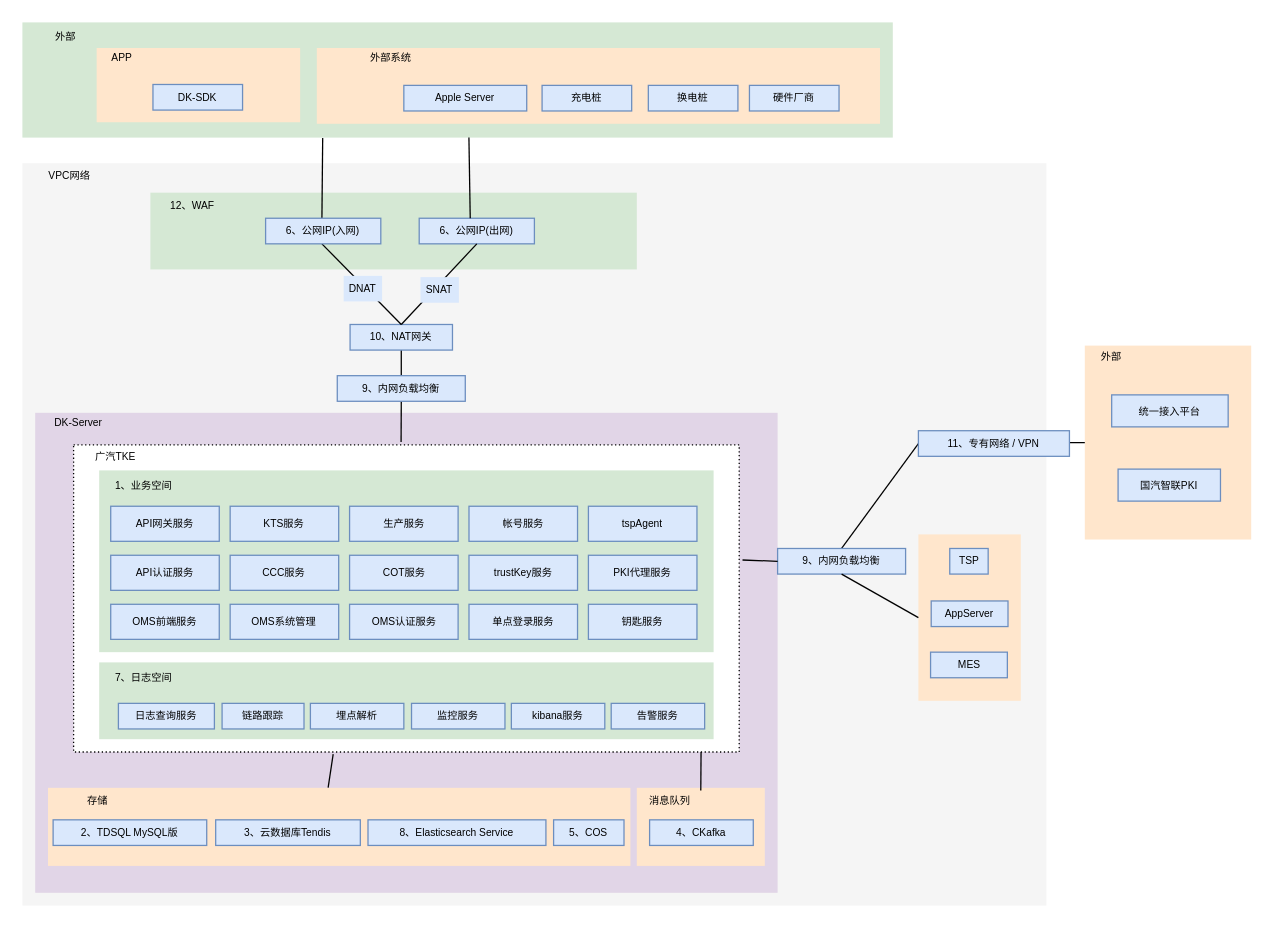
This is 未命名绘图.drawio from jianguocong/chart, a draw.io file, before an edit. Source tidied: cells renumbered, new cells numbered last; positions are measured from the earlier drawing's top-left corner, leaving out a move shared by most shapes. Both pictures are drawn from the tidied source at 128%, with x=0, y=0 at pixel (22, 22).
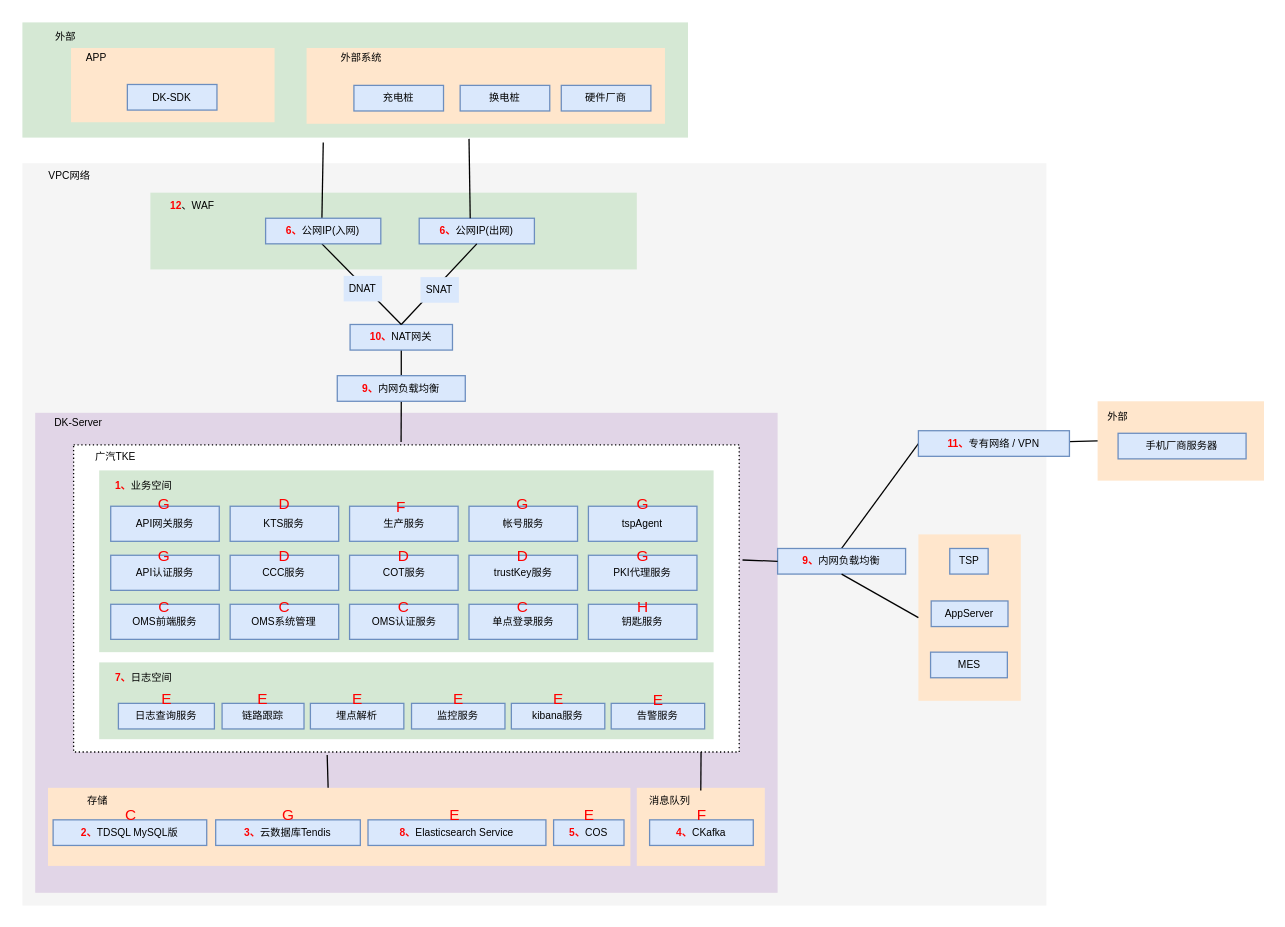
After the change.

Commit message:
更新未命名绘图.drawio

The change refers to these unchanged cells:
```xml
<mxCell id="5" style="rounded=0;whiteSpace=wrap;html=1;dashed=1;dashPattern=1 2;fontSize=8;" parent="1" vertex="1">
  <mxGeometry x="40" y="330" width="520" height="240" as="geometry" />
</mxCell>
<mxCell id="7" style="rounded=0;whiteSpace=wrap;html=1;fillColor=#ffe6cc;strokeColor=none;fontSize=8;" parent="1" vertex="1">
  <mxGeometry x="20" y="598" width="455" height="61" as="geometry" />
</mxCell>
<mxCell id="31" style="group;" parent="1" vertex="1">
  <mxGeometry x="69" y="378" width="487" height="177" as="geometry" />
</mxCell>
<mxCell id="49" style="group;" parent="1" vertex="1">
  <mxGeometry x="60" y="500" width="480" height="60" as="geometry" />
</mxCell>
```

The edit, as a diff of the source:
```diff
@@
+    <mxCell id="14" style="rounded=0;whiteSpace=wrap;html=1;fillColor=#ffe6cc;strokeColor=none;fontSize=8;" parent="1" vertex="1">
+      <mxGeometry x="840" y="296" width="130" height="62" as="geometry" />
+    </mxCell>
     <mxCell id="2" style="rounded=0;whiteSpace=wrap;html=1;fillColor=#d5e8d4;strokeColor=none;fontSize=8;" parent="1" vertex="1">
-      <mxGeometry width="680" height="90" as="geometry" />
+      <mxGeometry width="520" height="90" as="geometry" />
     </mxCell>
@@
-    <mxCell id="11" value="1、业务空间" style="rounded=0;whiteSpace=wrap;html=1;fillColor=none;strokeColor=none;fontSize=8;" parent="1" vertex="1">
+    <mxCell id="11" value="&lt;b&gt;&lt;font color=&quot;#ff0000&quot;&gt;1、&lt;/font&gt;&lt;/b&gt;业务空间" style="rounded=0;whiteSpace=wrap;html=1;fillColor=none;strokeColor=none;fontSize=8;" parent="1" vertex="1">
       <mxGeometry x="60" y="352" width="70" height="20" as="geometry" />
     </mxCell>
@@
-    <mxCell id="13" value="9、内网负载均衡" style="rounded=0;whiteSpace=wrap;html=1;fillColor=#dae8fc;strokeColor=#6c8ebf;fontSize=8;" parent="1" vertex="1">
+    <mxCell id="13" value="&lt;b&gt;&lt;font color=&quot;#ff0000&quot;&gt;9、&lt;/font&gt;&lt;/b&gt;内网负载均衡" style="rounded=0;whiteSpace=wrap;html=1;fillColor=#dae8fc;strokeColor=#6c8ebf;fontSize=8;" parent="1" vertex="1">
       <mxGeometry x="246" y="276" width="100" height="20" as="geometry" />
     </mxCell>
-    <mxCell id="14" style="rounded=0;whiteSpace=wrap;html=1;fillColor=#ffe6cc;strokeColor=none;fontSize=8;" parent="1" vertex="1">
-      <mxGeometry x="830" y="252.5" width="130" height="151.5" as="geometry" />
-    </mxCell>
     <mxCell id="15" value="外部" style="rounded=0;whiteSpace=wrap;html=1;strokeColor=none;fillColor=none;fontSize=8;" parent="1" vertex="1">
-      <mxGeometry x="822" y="251" width="58" height="20" as="geometry" />
+      <mxGeometry x="827" y="298" width="58" height="20" as="geometry" />
     </mxCell>
@@
-    <mxCell id="18" value="统一接入平台" style="rounded=0;whiteSpace=wrap;html=1;fillColor=#dae8fc;strokeColor=#6c8ebf;fontSize=8;" parent="1" vertex="1">
-      <mxGeometry x="851" y="291" width="91" height="25" as="geometry" />
-    </mxCell>
-    <mxCell id="19" value="10、NAT网关" style="rounded=0;whiteSpace=wrap;html=1;fillColor=#dae8fc;strokeColor=#6c8ebf;fontSize=8;" parent="1" vertex="1">
+    <mxCell id="19" value="&lt;b&gt;&lt;font color=&quot;#ff0000&quot;&gt;10、&lt;/font&gt;&lt;/b&gt;NAT网关" style="rounded=0;whiteSpace=wrap;html=1;fillColor=#dae8fc;strokeColor=#6c8ebf;fontSize=8;" parent="1" vertex="1">
       <mxGeometry x="256" y="236" width="80" height="20" as="geometry" />
     </mxCell>
@@
-    <mxCell id="22" value="6、公网IP(出网)" style="rounded=0;whiteSpace=wrap;html=1;fillColor=#dae8fc;strokeColor=#6c8ebf;fontSize=8;" parent="1" vertex="1">
+    <mxCell id="22" value="&lt;b&gt;&lt;font color=&quot;#ff0000&quot;&gt;6、&lt;/font&gt;&lt;/b&gt;公网IP(出网)" style="rounded=0;whiteSpace=wrap;html=1;fillColor=#dae8fc;strokeColor=#6c8ebf;fontSize=8;" parent="1" vertex="1">
       <mxGeometry x="310" y="153" width="90" height="20" as="geometry" />
     </mxCell>
@@
-    <mxCell id="24" style="endArrow=none;html=1;rounded=0;entryX=0.443;entryY=0;entryDx=0;entryDy=0;entryPerimeter=0;fontSize=8;exitX=0.513;exitY=1;exitDx=0;exitDy=0;exitPerimeter=0;" parent="1" edge="1" source="2" target="22">
+    <mxCell id="24" style="endArrow=none;html=1;rounded=0;entryX=0.443;entryY=0;entryDx=0;entryDy=0;entryPerimeter=0;fontSize=8;exitX=0.671;exitY=1.011;exitDx=0;exitDy=0;exitPerimeter=0;" parent="1" edge="1" source="2" target="22">
       <mxGeometry relative="1" as="geometry" />
     </mxCell>
-    <mxCell id="25" style="endArrow=none;html=1;rounded=0;entryX=0.5;entryY=0;entryDx=0;entryDy=0;fontSize=8;exitX=0.345;exitY=1.004;exitDx=0;exitDy=0;exitPerimeter=0;" parent="1" edge="1" source="2">
+    <mxCell id="25" style="endArrow=none;html=1;rounded=0;entryX=0.5;entryY=0;entryDx=0;entryDy=0;fontSize=8;exitX=0.452;exitY=1.042;exitDx=0;exitDy=0;exitPerimeter=0;" parent="1" edge="1" source="2">
       <mxGeometry relative="1" as="geometry">
         <mxPoint x="234" y="153" as="targetPoint" />
       </mxGeometry>
     </mxCell>
-    <mxCell id="26" style="endArrow=none;html=1;rounded=0;fontSize=8;exitX=0.39;exitY=1.007;exitDx=0;exitDy=0;exitPerimeter=0;entryX=0.481;entryY=-0.002;entryDx=0;entryDy=0;entryPerimeter=0;" parent="1" edge="1" source="5" target="7">
+    <mxCell id="26" style="endArrow=none;html=1;rounded=0;fontSize=8;exitX=0.381;exitY=1.01;exitDx=0;exitDy=0;exitPerimeter=0;entryX=0.481;entryY=-0.002;entryDx=0;entryDy=0;entryPerimeter=0;" parent="1" edge="1" source="5" target="7">
       <mxGeometry relative="1" as="geometry" />
     </mxCell>
@@
-    <mxCell id="28" value="8、Elasticsearch Service" style="rounded=0;whiteSpace=wrap;html=1;fillColor=#dae8fc;strokeColor=#6c8ebf;fontSize=8;" parent="1" vertex="1">
+    <mxCell id="28" value="&lt;b&gt;&lt;font color=&quot;#ff0000&quot;&gt;8、&lt;/font&gt;&lt;/b&gt;Elasticsearch Service" style="rounded=0;whiteSpace=wrap;html=1;fillColor=#dae8fc;strokeColor=#6c8ebf;fontSize=8;" parent="1" vertex="1">
       <mxGeometry x="270" y="623" width="139" height="20" as="geometry" />
     </mxCell>
-    <mxCell id="29" value="2、TDSQL MySQL版" style="rounded=0;whiteSpace=wrap;html=1;fillColor=#dae8fc;strokeColor=#6c8ebf;fontSize=8;" parent="1" vertex="1">
+    <mxCell id="29" value="&lt;b&gt;&lt;font color=&quot;#ff0000&quot;&gt;2、&lt;/font&gt;&lt;/b&gt;TDSQL MySQL版" style="rounded=0;whiteSpace=wrap;html=1;fillColor=#dae8fc;strokeColor=#6c8ebf;fontSize=8;" parent="1" vertex="1">
       <mxGeometry x="24" y="623" width="120" height="20" as="geometry" />
     </mxCell>
-    <mxCell id="30" value="3、云数据库Tendis" style="rounded=0;whiteSpace=wrap;html=1;fillColor=#dae8fc;strokeColor=#6c8ebf;fontSize=8;" parent="1" vertex="1">
+    <mxCell id="30" value="&lt;b&gt;&lt;font color=&quot;#ff0000&quot;&gt;3、&lt;/font&gt;&lt;/b&gt;云数据库Tendis" style="rounded=0;whiteSpace=wrap;html=1;fillColor=#dae8fc;strokeColor=#6c8ebf;fontSize=8;" parent="1" vertex="1">
       <mxGeometry x="151" y="623" width="113" height="20" as="geometry" />
     </mxCell>
@@
+    <mxCell id="86" value="C" style="rounded=0;whiteSpace=wrap;html=1;fontColor=#FF0000;fillColor=none;strokeColor=none;" parent="31" vertex="1">
+      <mxGeometry x="34.4" y="72" width="16" height="14" as="geometry" />
+    </mxCell>
+    <mxCell id="87" value="C" style="rounded=0;whiteSpace=wrap;html=1;fontColor=#FF0000;fillColor=none;strokeColor=none;" parent="31" vertex="1">
+      <mxGeometry x="127.7" y="72" width="16" height="14" as="geometry" />
+    </mxCell>
+    <mxCell id="88" value="C" style="rounded=0;whiteSpace=wrap;html=1;fontColor=#FF0000;fillColor=none;strokeColor=none;" parent="31" vertex="1">
+      <mxGeometry x="221" y="72" width="16" height="14" as="geometry" />
+    </mxCell>
+    <mxCell id="89" value="C" style="rounded=0;whiteSpace=wrap;html=1;fontColor=#FF0000;fillColor=none;strokeColor=none;" parent="31" vertex="1">
+      <mxGeometry x="314.3" y="72" width="16" height="14" as="geometry" />
+    </mxCell>
+    <mxCell id="90" value="D" style="rounded=0;whiteSpace=wrap;html=1;fontColor=#FF0000;fillColor=none;strokeColor=none;" parent="31" vertex="1">
+      <mxGeometry x="127.7" y="-8" width="16" height="14" as="geometry" />
+    </mxCell>
+    <mxCell id="91" value="G" style="rounded=0;whiteSpace=wrap;html=1;fontColor=#FF0000;fillColor=none;strokeColor=none;" parent="31" vertex="1">
+      <mxGeometry x="34.4" y="-8" width="16" height="14" as="geometry" />
+    </mxCell>
+    <mxCell id="92" value="G" style="rounded=0;whiteSpace=wrap;html=1;fontColor=#FF0000;fillColor=none;strokeColor=none;" parent="31" vertex="1">
+      <mxGeometry x="34.4" y="32.3" width="16" height="14" as="geometry" />
+    </mxCell>
+    <mxCell id="93" value="D" style="rounded=0;whiteSpace=wrap;html=1;fontColor=#FF0000;fillColor=none;strokeColor=none;" parent="31" vertex="1">
+      <mxGeometry x="127.7" y="32.3" width="16" height="14" as="geometry" />
+    </mxCell>
+    <mxCell id="94" value="D" style="rounded=0;whiteSpace=wrap;html=1;fontColor=#FF0000;fillColor=none;strokeColor=none;" parent="31" vertex="1">
+      <mxGeometry x="221" y="32.3" width="16" height="14" as="geometry" />
+    </mxCell>
+    <mxCell id="95" value="D" style="rounded=0;whiteSpace=wrap;html=1;fontColor=#FF0000;fillColor=none;strokeColor=none;" parent="31" vertex="1">
+      <mxGeometry x="314.3" y="32.3" width="16" height="14" as="geometry" />
+    </mxCell>
+    <mxCell id="96" value="G" style="rounded=0;whiteSpace=wrap;html=1;fontColor=#FF0000;fillColor=none;strokeColor=none;" parent="31" vertex="1">
+      <mxGeometry x="407.6" y="-8" width="16" height="14" as="geometry" />
+    </mxCell>
+    <mxCell id="97" value="G" style="rounded=0;whiteSpace=wrap;html=1;fontColor=#FF0000;fillColor=none;strokeColor=none;" parent="31" vertex="1">
+      <mxGeometry x="407.6" y="32.3" width="16" height="14" as="geometry" />
+    </mxCell>
+    <mxCell id="98" value="H" style="rounded=0;whiteSpace=wrap;html=1;fontColor=#FF0000;fillColor=none;strokeColor=none;" parent="31" vertex="1">
+      <mxGeometry x="407.6" y="72" width="16" height="14" as="geometry" />
+    </mxCell>
+    <mxCell id="99" value="G" style="rounded=0;whiteSpace=wrap;html=1;fontColor=#FF0000;fillColor=none;strokeColor=none;" parent="31" vertex="1">
+      <mxGeometry x="314.3" y="-8" width="16" height="14" as="geometry" />
+    </mxCell>
@@
-    <mxCell id="48" value="&lt;font style=&quot;font-size: 8px;&quot;&gt;12、WAF&lt;/font&gt;" style="rounded=0;whiteSpace=wrap;html=1;fillColor=none;strokeColor=none;fontSize=8;" parent="1" vertex="1">
+    <mxCell id="48" value="&lt;font style=&quot;font-size: 8px;&quot;&gt;&lt;b&gt;&lt;font color=&quot;#ff0000&quot;&gt;12&lt;/font&gt;&lt;/b&gt;、WAF&lt;/font&gt;" style="rounded=0;whiteSpace=wrap;html=1;fillColor=none;strokeColor=none;fontSize=8;" parent="1" vertex="1">
       <mxGeometry x="100" y="133" width="66" height="20" as="geometry" />
     </mxCell>
@@
-    <mxCell id="52" value="7、日志空间" style="rounded=0;whiteSpace=wrap;html=1;strokeColor=none;fillColor=none;fontSize=8;" parent="49" vertex="1">
+    <mxCell id="52" value="&lt;b&gt;&lt;font color=&quot;#ff0000&quot;&gt;7、&lt;/font&gt;&lt;/b&gt;日志空间" style="rounded=0;whiteSpace=wrap;html=1;strokeColor=none;fillColor=none;fontSize=8;" parent="49" vertex="1">
       <mxGeometry y="2" width="70" height="20" as="geometry" />
     </mxCell>
@@
+    <mxCell id="100" value="E" style="rounded=0;whiteSpace=wrap;html=1;fontColor=#FF0000;fillColor=none;strokeColor=none;" parent="49" vertex="1">
+      <mxGeometry x="44.5" y="22" width="16" height="14" as="geometry" />
+    </mxCell>
+    <mxCell id="101" value="E" style="rounded=0;whiteSpace=wrap;html=1;fontColor=#FF0000;fillColor=none;strokeColor=none;" parent="49" vertex="1">
+      <mxGeometry x="120" y="22" width="16" height="14" as="geometry" />
+    </mxCell>
+    <mxCell id="102" value="E" style="rounded=0;whiteSpace=wrap;html=1;fontColor=#FF0000;fillColor=none;strokeColor=none;" parent="49" vertex="1">
+      <mxGeometry x="193.5" y="22" width="16" height="14" as="geometry" />
+    </mxCell>
+    <mxCell id="103" value="E" style="rounded=0;whiteSpace=wrap;html=1;fontColor=#FF0000;fillColor=none;strokeColor=none;" parent="49" vertex="1">
+      <mxGeometry x="272.5" y="22" width="16" height="14" as="geometry" />
+    </mxCell>
+    <mxCell id="104" value="E" style="rounded=0;whiteSpace=wrap;html=1;fontColor=#FF0000;fillColor=none;strokeColor=none;" parent="49" vertex="1">
+      <mxGeometry x="350.5" y="22" width="16" height="14" as="geometry" />
+    </mxCell>
+    <mxCell id="105" value="E" style="rounded=0;whiteSpace=wrap;html=1;fontColor=#FF0000;fillColor=none;strokeColor=none;" parent="49" vertex="1">
+      <mxGeometry x="428.5" y="23" width="16" height="14" as="geometry" />
+    </mxCell>
-    <mxCell id="58" value="5、COS" style="rounded=0;whiteSpace=wrap;html=1;fillColor=#dae8fc;strokeColor=#6c8ebf;fontSize=8;" parent="1" vertex="1">
+    <mxCell id="58" value="&lt;b&gt;&lt;font color=&quot;#ff0000&quot;&gt;5、&lt;/font&gt;&lt;/b&gt;COS" style="rounded=0;whiteSpace=wrap;html=1;fillColor=#dae8fc;strokeColor=#6c8ebf;fontSize=8;" parent="1" vertex="1">
       <mxGeometry x="415" y="623" width="55" height="20" as="geometry" />
     </mxCell>
@@
-    <mxCell id="60" value="4、CKafka" style="rounded=0;whiteSpace=wrap;html=1;fillColor=#dae8fc;strokeColor=#6c8ebf;fontSize=8;" parent="1" vertex="1">
+    <mxCell id="60" value="&lt;b&gt;&lt;font color=&quot;#ff0000&quot;&gt;4、&lt;/font&gt;&lt;/b&gt;CKafka" style="rounded=0;whiteSpace=wrap;html=1;fillColor=#dae8fc;strokeColor=#6c8ebf;fontSize=8;" parent="1" vertex="1">
       <mxGeometry x="490" y="623" width="81" height="20" as="geometry" />
     </mxCell>
@@
-    <mxCell id="63" value="6、公网IP(入网)" style="rounded=0;whiteSpace=wrap;html=1;fillColor=#dae8fc;strokeColor=#6c8ebf;fontSize=8;" parent="1" vertex="1">
+    <mxCell id="63" value="&lt;b&gt;&lt;font color=&quot;#ff0000&quot;&gt;6、&lt;/font&gt;&lt;/b&gt;公网IP(入网)" style="rounded=0;whiteSpace=wrap;html=1;fillColor=#dae8fc;strokeColor=#6c8ebf;fontSize=8;" parent="1" vertex="1">
       <mxGeometry x="190" y="153" width="90" height="20" as="geometry" />
     </mxCell>
@@
-    <mxCell id="66" value="9、内网负载均衡" style="rounded=0;whiteSpace=wrap;html=1;fillColor=#dae8fc;strokeColor=#6c8ebf;fontSize=8;" parent="1" vertex="1">
+    <mxCell id="66" value="&lt;b&gt;&lt;font color=&quot;#ff0000&quot;&gt;9、&lt;/font&gt;&lt;/b&gt;内网负载均衡" style="rounded=0;whiteSpace=wrap;html=1;fillColor=#dae8fc;strokeColor=#6c8ebf;fontSize=8;" parent="1" vertex="1">
       <mxGeometry x="590" y="411" width="100" height="20" as="geometry" />
     </mxCell>
@@
     <mxCell id="69" style="rounded=0;whiteSpace=wrap;html=1;fillColor=#ffe6cc;strokeColor=none;fontSize=8;" parent="1" vertex="1">
-      <mxGeometry x="58" y="20" width="159" height="58" as="geometry" />
+      <mxGeometry x="38" y="20" width="159" height="58" as="geometry" />
     </mxCell>
     <mxCell id="70" value="DK-SDK" style="rounded=0;whiteSpace=wrap;html=1;fillColor=#dae8fc;strokeColor=#6c8ebf;fontSize=8;" parent="1" vertex="1">
-      <mxGeometry x="102" y="48.5" width="70" height="20" as="geometry" />
+      <mxGeometry x="82" y="48.5" width="70" height="20" as="geometry" />
     </mxCell>
     <mxCell id="71" style="rounded=0;whiteSpace=wrap;html=1;fillColor=#ffe6cc;strokeColor=none;fontSize=8;" parent="1" vertex="1">
-      <mxGeometry x="230" y="20" width="440" height="59.2" as="geometry" />
+      <mxGeometry x="222" y="20" width="280" height="59.2" as="geometry" />
     </mxCell>
-    <mxCell id="72" value="Apple Server" style="rounded=0;whiteSpace=wrap;html=1;fillColor=#dae8fc;strokeColor=#6c8ebf;fontSize=8;" parent="1" vertex="1">
-      <mxGeometry x="298" y="49.2" width="96" height="20" as="geometry" />
-    </mxCell>
     <mxCell id="73" value="充电桩" style="rounded=0;whiteSpace=wrap;html=1;fillColor=#dae8fc;strokeColor=#6c8ebf;fontSize=8;" parent="1" vertex="1">
-      <mxGeometry x="406" y="49.2" width="70" height="20" as="geometry" />
+      <mxGeometry x="259" y="49.2" width="70" height="20" as="geometry" />
     </mxCell>
     <mxCell id="74" value="换电桩" style="rounded=0;whiteSpace=wrap;html=1;fillColor=#dae8fc;strokeColor=#6c8ebf;fontSize=8;" parent="1" vertex="1">
-      <mxGeometry x="489" y="49.2" width="70" height="20" as="geometry" />
+      <mxGeometry x="342" y="49.2" width="70" height="20" as="geometry" />
     </mxCell>
     <mxCell id="75" value="外部系统" style="rounded=0;whiteSpace=wrap;html=1;fillColor=none;strokeColor=none;fontSize=8;" parent="1" vertex="1">
-      <mxGeometry x="255" y="17.5" width="66" height="20" as="geometry" />
+      <mxGeometry x="232" y="17.5" width="66" height="20" as="geometry" />
     </mxCell>
     <mxCell id="76" value="APP" style="rounded=0;whiteSpace=wrap;html=1;fillColor=none;strokeColor=none;fontSize=8;" parent="1" vertex="1">
-      <mxGeometry x="45" y="18" width="66" height="20" as="geometry" />
+      <mxGeometry x="25" y="18" width="66" height="20" as="geometry" />
     </mxCell>
@@
-    <mxCell id="78" value="国汽智联PKI" style="rounded=0;whiteSpace=wrap;html=1;fillColor=#dae8fc;strokeColor=#6c8ebf;fontSize=8;" parent="1" vertex="1">
-      <mxGeometry x="856" y="349" width="80" height="25" as="geometry" />
-    </mxCell>
@@
     <mxCell id="83" value="硬件厂商" style="rounded=0;whiteSpace=wrap;html=1;fillColor=#dae8fc;strokeColor=#6c8ebf;fontSize=8;" parent="1" vertex="1">
-      <mxGeometry x="568" y="49.2" width="70" height="20" as="geometry" />
+      <mxGeometry x="421" y="49.2" width="70" height="20" as="geometry" />
     </mxCell>
@@
-    <mxCell id="85" value="11、专有网络 / VPN" style="rounded=0;whiteSpace=wrap;html=1;fillColor=#dae8fc;strokeColor=#6c8ebf;fontSize=8;" parent="1" vertex="1">
+    <mxCell id="85" value="&lt;b&gt;&lt;font color=&quot;#ff0000&quot;&gt;11、&lt;/font&gt;&lt;/b&gt;专有网络 / VPN" style="rounded=0;whiteSpace=wrap;html=1;fillColor=#dae8fc;strokeColor=#6c8ebf;fontSize=8;" parent="1" vertex="1">
       <mxGeometry x="700" y="319" width="118" height="20" as="geometry" />
     </mxCell>
+    <mxCell id="106" value="F" style="rounded=0;whiteSpace=wrap;html=1;fontColor=#FF0000;fillColor=none;strokeColor=none;" parent="1" vertex="1">
+      <mxGeometry x="288" y="372" width="16" height="14" as="geometry" />
+    </mxCell>
+    <mxCell id="107" value="E" style="rounded=0;whiteSpace=wrap;html=1;fontColor=#FF0000;fillColor=none;strokeColor=none;" parent="1" vertex="1">
+      <mxGeometry x="330" y="613" width="16" height="14" as="geometry" />
+    </mxCell>
+    <mxCell id="108" value="E" style="rounded=0;whiteSpace=wrap;html=1;fontColor=#FF0000;fillColor=none;strokeColor=none;" parent="1" vertex="1">
+      <mxGeometry x="434.5" y="613" width="16" height="14" as="geometry" />
+    </mxCell>
+    <mxCell id="109" value="G" style="rounded=0;whiteSpace=wrap;html=1;fontColor=#FF0000;fillColor=none;strokeColor=none;" parent="1" vertex="1">
+      <mxGeometry x="199.5" y="613" width="16" height="14" as="geometry" />
+    </mxCell>
+    <mxCell id="110" value="C" style="rounded=0;whiteSpace=wrap;html=1;fontColor=#FF0000;fillColor=none;strokeColor=none;" parent="1" vertex="1">
+      <mxGeometry x="77" y="613" width="16" height="14" as="geometry" />
+    </mxCell>
+    <mxCell id="111" value="F" style="rounded=0;whiteSpace=wrap;html=1;fontColor=#FF0000;fillColor=none;strokeColor=none;" parent="1" vertex="1">
+      <mxGeometry x="522.5" y="613" width="16" height="14" as="geometry" />
+    </mxCell>
+    <mxCell id="112" value="手机厂商服务器" style="rounded=0;whiteSpace=wrap;html=1;fillColor=#dae8fc;strokeColor=#6c8ebf;fontSize=8;" parent="1" vertex="1">
+      <mxGeometry x="856" y="321" width="100" height="20" as="geometry" />
+    </mxCell>
```
